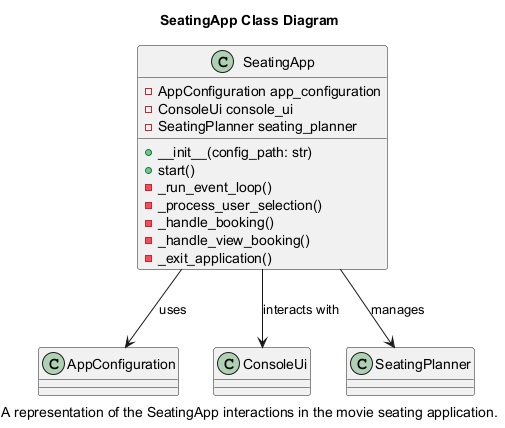
Earlier version of the PlantUML export aws/cinema/docs/main.png (ongzhixian/PersonalFinanceTracker).
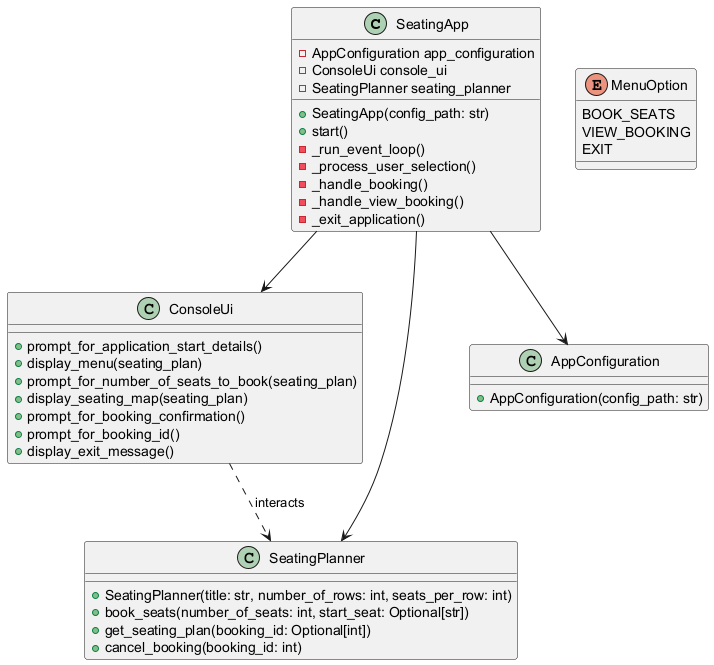
The same file after the commit.

The edit, as a diff of the source:
```diff
@@ -1,12 +1,9 @@
 @startuml
-title SeatingApp Class Diagram
-caption A representation of the SeatingApp interactions in the movie seating application.
-
 class SeatingApp {
     - AppConfiguration app_configuration
     - ConsoleUi console_ui
     - SeatingPlanner seating_planner
-    + __init__(config_path: str)
+    + SeatingApp(config_path: str)
     + start()
     - _run_event_loop()
     - _process_user_selection()
@@ -15,12 +12,35 @@
     - _exit_application()
 }
 
-class AppConfiguration
-class ConsoleUi
-class SeatingPlanner
+class ConsoleUi {
+    + prompt_for_application_start_details()
+    + display_menu(seating_plan)
+    + prompt_for_number_of_seats_to_book(seating_plan)
+    + display_seating_map(seating_plan)
+    + prompt_for_booking_confirmation()
+    + prompt_for_booking_id()
+    + display_exit_message()
+}
 
-SeatingApp --> AppConfiguration : uses
-SeatingApp --> ConsoleUi : interacts with
-SeatingApp --> SeatingPlanner : manages
+class SeatingPlanner {
+    + SeatingPlanner(title: str, number_of_rows: int, seats_per_row: int)
+    + book_seats(number_of_seats: int, start_seat: Optional[str])
+    + get_seating_plan(booking_id: Optional[int])
+    + cancel_booking(booking_id: int)
+}
 
+class AppConfiguration {
+    + AppConfiguration(config_path: str)
+}
+
+enum MenuOption {
+    BOOK_SEATS
+    VIEW_BOOKING
+    EXIT
+}
+
+SeatingApp --> ConsoleUi
+SeatingApp --> SeatingPlanner
+SeatingApp --> AppConfiguration
+ConsoleUi ..> SeatingPlanner : interacts
 @enduml
```
